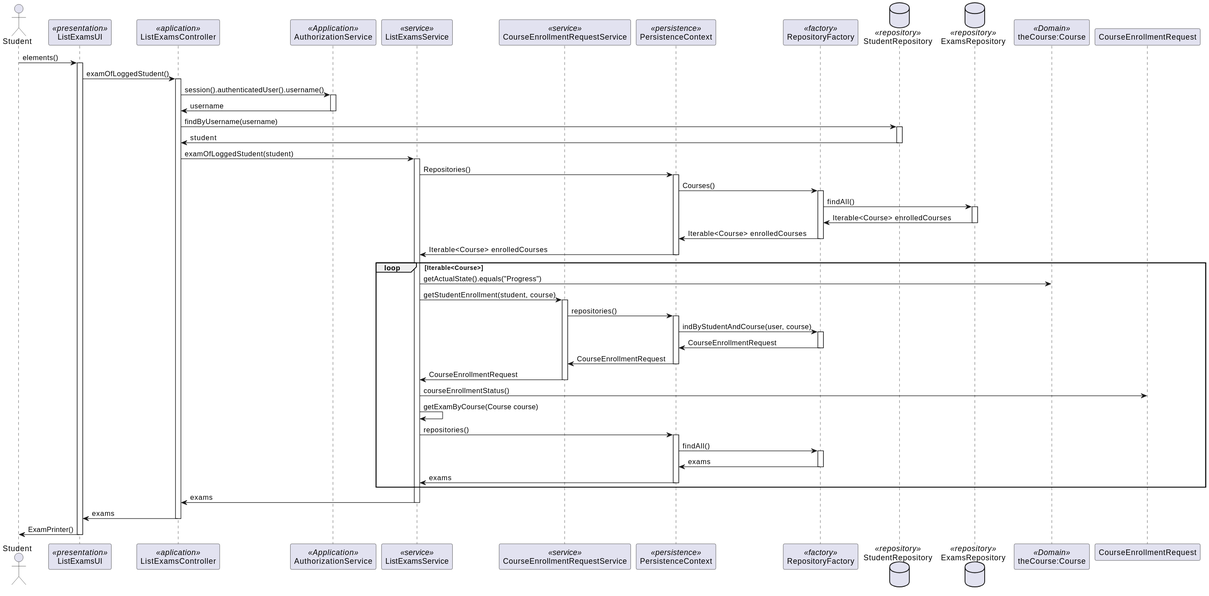
The PlantUML diagram docs/SPRINT B/US2002 - List My Exams/US2002-SD.svg in mascenso/isep-sem4-lapr4, before a commit.
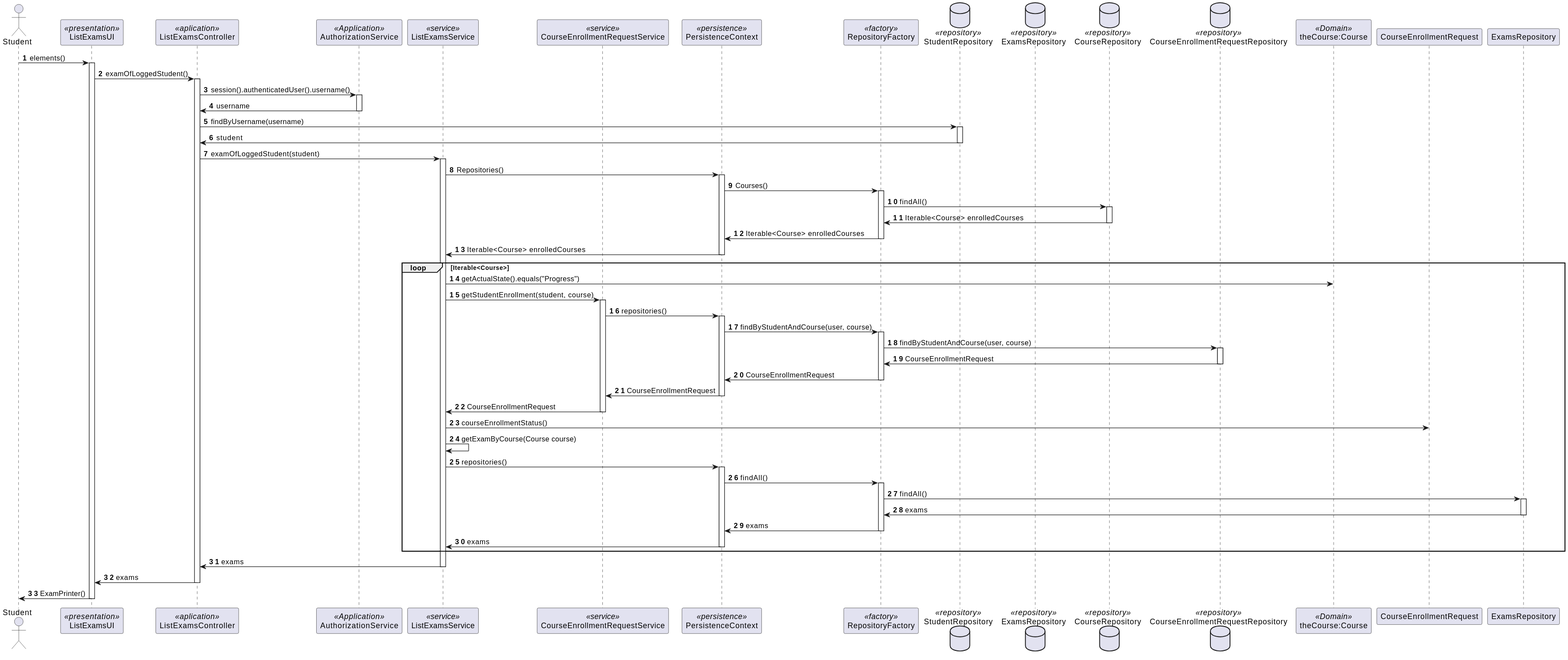
After the change.

What changed in the source:
```diff
@@ -1,4 +1,6 @@
 @startuml
+autonumber
+
 actor Student as Actor
 participant ListExamsUI as UI <<presentation>>
 participant ListExamsController as Controller <<aplication>>
@@ -9,6 +11,8 @@
 participant RepositoryFactory as Factory <<factory>>
 database StudentRepository as studentRepository <<repository>>
 database ExamsRepository as Repository <<repository>>
+database CourseRepository as courseRepository <<repository>>
+database CourseEnrollmentRequestRepository as CERRepository <<repository>>
 participant "theCourse:Course" as Course <<Domain>>
 
 Actor -> UI: elements()
@@ -29,10 +33,10 @@
 activate Persistence
 Persistence -> Factory: Courses()
 activate Factory
-Factory -> Repository: findAll()
-activate Repository
-Repository -> Factory: Iterable<Course> enrolledCourses
-deactivate Repository
+Factory -> courseRepository: findAll()
+activate courseRepository
+courseRepository -> Factory: Iterable<Course> enrolledCourses
+deactivate courseRepository
 Factory -> Persistence: Iterable<Course> enrolledCourses
 deactivate Factory
 Persistence -> Service: Iterable<Course> enrolledCourses
@@ -43,8 +47,12 @@
         activate CERService
         CERService -> Persistence: repositories()
         activate Persistence
-        Persistence -> Factory: indByStudentAndCourse(user, course)
+        Persistence -> Factory: findByStudentAndCourse(user, course)
         activate Factory
+        Factory -> CERRepository: findByStudentAndCourse(user, course)
+        activate CERRepository
+        CERRepository -> Factory: CourseEnrollmentRequest
+        deactivate CERRepository
         Factory -> Persistence: CourseEnrollmentRequest
         deactivate Factory
         Persistence -> CERService: CourseEnrollmentRequest
@@ -57,6 +65,10 @@
         activate Persistence
         Persistence -> Factory: findAll()
         activate Factory
+        Factory -> ExamsRepository: findAll()
+        activate ExamsRepository
+        ExamsRepository -> Factory: exams
+        deactivate ExamsRepository
         Factory -> Persistence: exams
         deactivate Factory
         Persistence -> Service: exams
```
